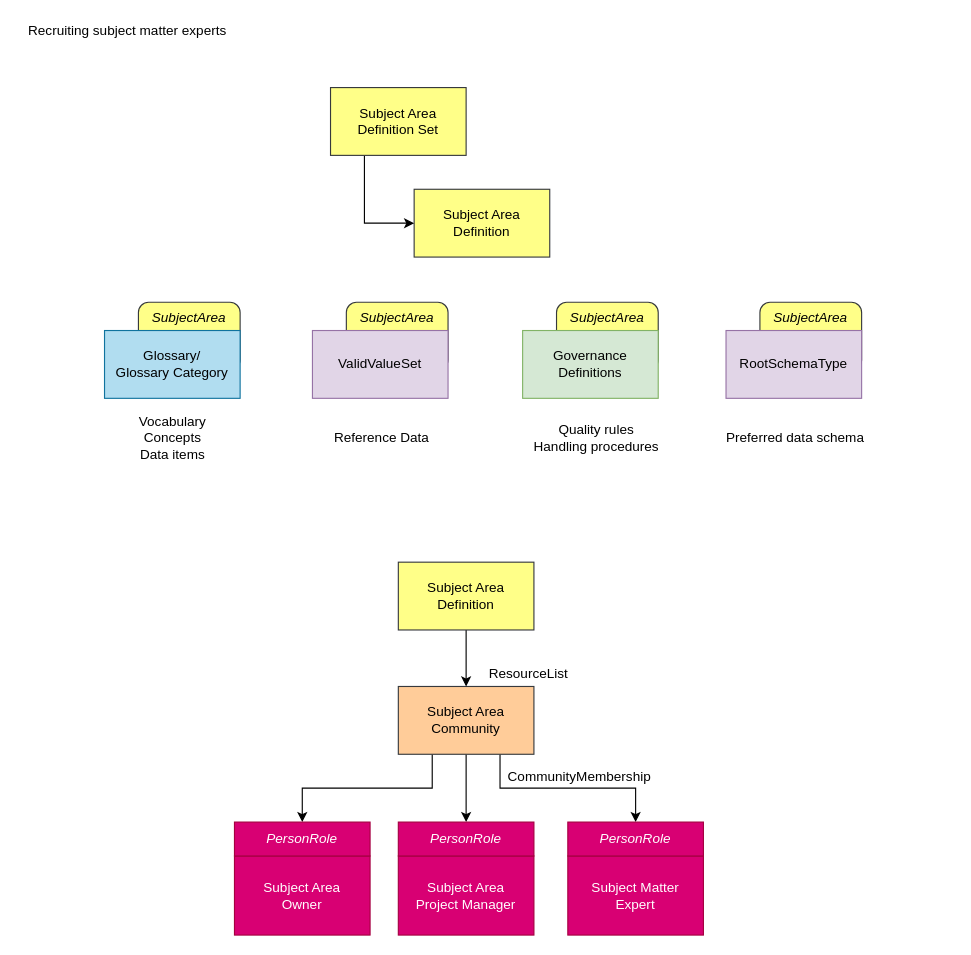
The draw.io diagram page "subject-areas" (4 of 7) of site/docs/guides/planning/governance-program/governance-program-planning.drawio in odpi/egeria-docs, before the edit. Source tidied: cells renumbered, new cells numbered last; positions are measured from the earlier drawing's top-left corner, leaving out a move shared by most shapes. Both pictures are drawn from the tidied source at 113%, with x=0, y=0 at pixel (19, 19).
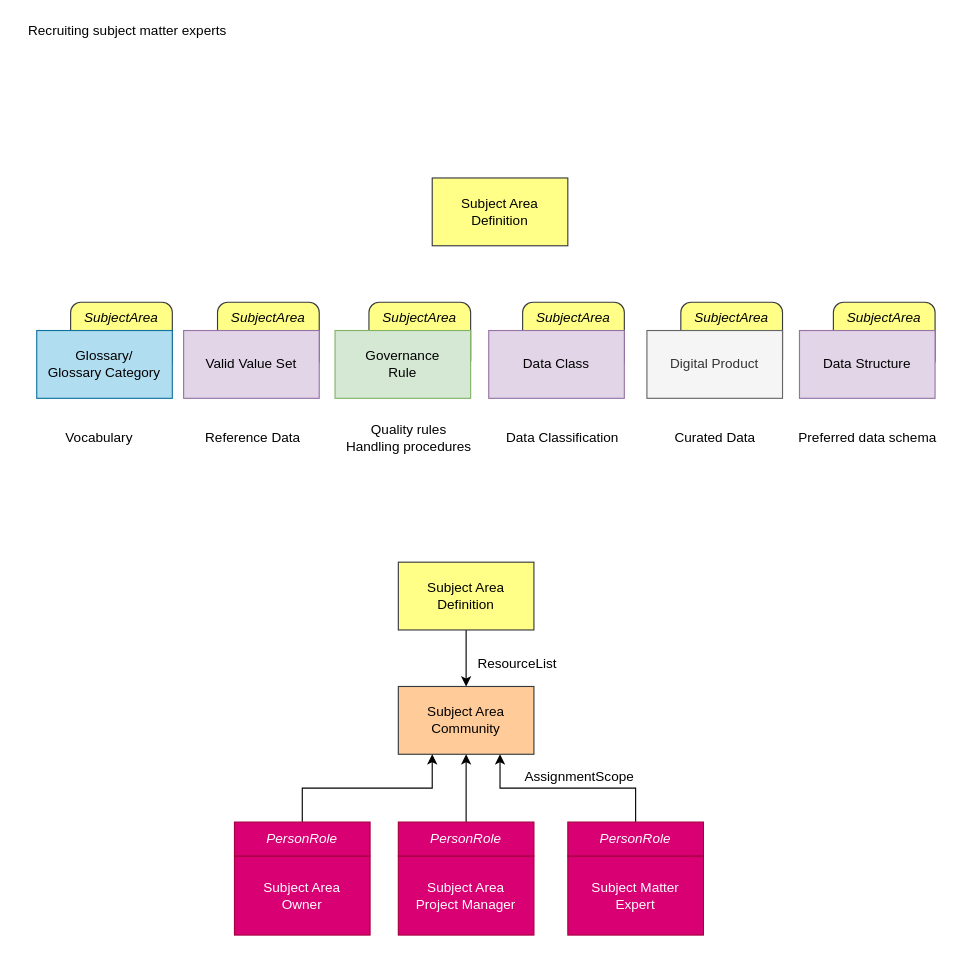
The same page after the edit.

The change refers to these unchanged cells:
```xml
<mxCell id="13" value="Subject Area&lt;br&gt;Community" style="rounded=0;whiteSpace=wrap;html=1;fillColor=#ffcc99;strokeColor=#36393d;" parent="1" vertex="1">
  <mxGeometry x="335" y="590" width="120" height="60" as="geometry" />
</mxCell>
<mxCell id="29" value="PersonRole" style="rounded=0;whiteSpace=wrap;html=1;fontStyle=2;fillColor=#d80073;fontColor=#ffffff;strokeColor=#A50040;" parent="1" vertex="1">
  <mxGeometry x="190" y="710" width="120" height="30" as="geometry" />
</mxCell>
<mxCell id="30" value="PersonRole" style="rounded=0;whiteSpace=wrap;html=1;fontStyle=2;fillColor=#d80073;fontColor=#ffffff;strokeColor=#A50040;" parent="1" vertex="1">
  <mxGeometry x="335" y="710" width="120" height="30" as="geometry" />
</mxCell>
<mxCell id="31" value="PersonRole" style="rounded=0;whiteSpace=wrap;html=1;fontStyle=2;fillColor=#d80073;fontColor=#ffffff;strokeColor=#A50040;" parent="1" vertex="1">
  <mxGeometry x="485" y="710" width="120" height="30" as="geometry" />
</mxCell>
```

The edit, as a diff of the source:
```diff
@@
-    <mxCell id="3" style="edgeStyle=orthogonalEdgeStyle;rounded=0;jettySize=auto;html=1;exitX=0.25;exitY=1;exitDx=0;exitDy=0;startArrow=none;startFill=0;endArrow=classic;endFill=1;entryX=0.5;entryY=0;entryDx=0;entryDy=0;" parent="1" edge="1" source="13" target="29">
-      <mxGeometry relative="1" as="geometry" />
-    </mxCell>
     <mxCell id="4" value="Subject Area&lt;br&gt;Definition" style="rounded=0;whiteSpace=wrap;html=1;align=center;fillColor=#ffff88;strokeColor=#36393d;" parent="1" vertex="1">
-      <mxGeometry x="349" y="150" width="120" height="60" as="geometry" />
+      <mxGeometry x="365" y="140" width="120" height="60" as="geometry" />
     </mxCell>
-    <mxCell id="5" value="Vocabulary&lt;br&gt;Concepts&lt;br&gt;Data items" style="text;html=1;align=center;verticalAlign=middle;" parent="1" vertex="1">
-      <mxGeometry x="100" y="345" width="70" height="50" as="geometry" />
+    <mxCell id="5" value="Vocabulary" style="text;html=1;align=center;verticalAlign=middle;" parent="1" vertex="1">
+      <mxGeometry x="30" y="355" width="80" height="30" as="geometry" />
     </mxCell>
     <mxCell id="6" value="Reference Data" style="text;html=1;align=center;verticalAlign=middle;" parent="1" vertex="1">
-      <mxGeometry x="265" y="355" width="110" height="30" as="geometry" />
+      <mxGeometry x="151" y="355" width="110" height="30" as="geometry" />
     </mxCell>
-    <mxCell id="7" value="Quality rules&lt;br&gt;Handling procedures" style="text;html=1;align=center;verticalAlign=middle;" parent="1" vertex="1">
-      <mxGeometry x="445" y="355" width="130" height="30" as="geometry" />
+    <mxCell id="7" value="Data Classification" style="text;html=1;align=center;verticalAlign=middle;" parent="1" vertex="1">
+      <mxGeometry x="420" y="355" width="120" height="30" as="geometry" />
     </mxCell>
-    <mxCell id="8" style="edgeStyle=orthogonalEdgeStyle;rounded=0;jettySize=auto;html=1;exitX=0.25;exitY=1;exitDx=0;exitDy=0;entryX=0;entryY=0.5;entryDx=0;entryDy=0;" parent="1" edge="1" source="9" target="4">
-      <mxGeometry relative="1" as="geometry" />
-    </mxCell>
-    <mxCell id="9" value="Subject Area&lt;br&gt;Definition Set" style="rounded=0;whiteSpace=wrap;html=1;align=center;fillColor=#ffff88;strokeColor=#36393d;" parent="1" vertex="1">
-      <mxGeometry x="275" y="60" width="120" height="60" as="geometry" />
-    </mxCell>
@@
-    <mxCell id="11" style="edgeStyle=orthogonalEdgeStyle;rounded=0;jettySize=auto;html=1;exitX=0.75;exitY=1;exitDx=0;exitDy=0;startArrow=none;startFill=0;endArrow=classic;endFill=1;entryX=0.5;entryY=0;entryDx=0;entryDy=0;" parent="1" edge="1" source="13" target="31">
-      <mxGeometry relative="1" as="geometry" />
-    </mxCell>
-    <mxCell id="12" style="edgeStyle=orthogonalEdgeStyle;rounded=0;jettySize=auto;html=1;exitX=0.5;exitY=1;exitDx=0;exitDy=0;startArrow=none;startFill=0;endArrow=classic;endFill=1;entryX=0.5;entryY=0;entryDx=0;entryDy=0;" parent="1" edge="1" source="13" target="30">
-      <mxGeometry relative="1" as="geometry" />
-    </mxCell>
@@
     <mxCell id="18" value="ResourceList" style="text;html=1;align=center;verticalAlign=middle;strokeColor=none;fillColor=none;" parent="1" vertex="1">
-      <mxGeometry x="405" y="569" width="90" height="20" as="geometry" />
+      <mxGeometry x="395" y="560" width="90" height="20" as="geometry" />
     </mxCell>
     <mxCell id="19" value="SubjectArea" style="rounded=1;whiteSpace=wrap;html=1;fontStyle=2;fillColor=#ffff88;strokeColor=#36393d;verticalAlign=top;" parent="1" vertex="1">
-      <mxGeometry x="105" y="250" width="90" height="60" as="geometry" />
+      <mxGeometry x="45" y="250" width="90" height="60" as="geometry" />
     </mxCell>
     <mxCell id="20" value="SubjectArea" style="rounded=1;whiteSpace=wrap;html=1;fontStyle=2;fillColor=#ffff88;strokeColor=#36393d;verticalAlign=top;" parent="1" vertex="1">
-      <mxGeometry x="289" y="250" width="90" height="60" as="geometry" />
+      <mxGeometry x="175" y="250" width="90" height="60" as="geometry" />
     </mxCell>
     <mxCell id="21" value="SubjectArea" style="rounded=1;whiteSpace=wrap;html=1;fontStyle=2;fillColor=#ffff88;strokeColor=#36393d;verticalAlign=top;" parent="1" vertex="1">
-      <mxGeometry x="475" y="250" width="90" height="60" as="geometry" />
+      <mxGeometry x="585" y="250" width="90" height="60" as="geometry" />
     </mxCell>
     <mxCell id="22" value="Glossary/&lt;br&gt;Glossary Category" style="rounded=0;whiteSpace=wrap;html=1;align=center;fillColor=#b1ddf0;strokeColor=#10739e;" parent="1" vertex="1">
-      <mxGeometry x="75" y="275" width="120" height="60" as="geometry" />
+      <mxGeometry x="15" y="275" width="120" height="60" as="geometry" />
     </mxCell>
-    <mxCell id="23" value="ValidValueSet" style="rounded=0;whiteSpace=wrap;html=1;align=center;fillColor=#e1d5e7;strokeColor=#9673a6;" parent="1" vertex="1">
-      <mxGeometry x="259" y="275" width="120" height="60" as="geometry" />
+    <mxCell id="23" value="Valid Value Set" style="rounded=0;whiteSpace=wrap;html=1;align=center;fillColor=#e1d5e7;strokeColor=#9673a6;" parent="1" vertex="1">
+      <mxGeometry x="145" y="275" width="120" height="60" as="geometry" />
     </mxCell>
-    <mxCell id="24" value="Governance Definitions" style="rounded=0;whiteSpace=wrap;html=1;align=center;fillColor=#d5e8d4;strokeColor=#82b366;" parent="1" vertex="1">
-      <mxGeometry x="445" y="275" width="120" height="60" as="geometry" />
+    <mxCell id="24" value="Digital Product" style="rounded=0;whiteSpace=wrap;html=1;align=center;fillColor=#f5f5f5;strokeColor=#666666;fontColor=#333333;" parent="1" vertex="1">
+      <mxGeometry x="555" y="275" width="120" height="60" as="geometry" />
     </mxCell>
     <mxCell id="25" value="Preferred data schema" style="text;html=1;align=center;verticalAlign=middle;" parent="1" vertex="1">
-      <mxGeometry x="611" y="355" width="150" height="30" as="geometry" />
+      <mxGeometry x="675" y="355" width="150" height="30" as="geometry" />
     </mxCell>
-    <mxCell id="26" value="SubjectArea" style="rounded=1;whiteSpace=wrap;html=1;fontStyle=2;fillColor=#ffff88;strokeColor=#36393d;verticalAlign=top;" parent="1" vertex="1">
-      <mxGeometry x="655" y="250" width="90" height="60" as="geometry" />
-    </mxCell>
-    <mxCell id="27" value="RootSchemaType" style="rounded=0;whiteSpace=wrap;html=1;align=center;fillColor=#e1d5e7;strokeColor=#9673a6;" parent="1" vertex="1">
-      <mxGeometry x="625" y="275" width="120" height="60" as="geometry" />
-    </mxCell>
-    <mxCell id="28" value="CommunityMembership" style="text;html=1;align=center;verticalAlign=middle;strokeColor=none;fillColor=none;" parent="1" vertex="1">
-      <mxGeometry x="420" y="655" width="150" height="30" as="geometry" />
+    <mxCell id="28" value="AssignmentScope" style="text;html=1;align=center;verticalAlign=middle;strokeColor=none;fillColor=none;" parent="1" vertex="1">
+      <mxGeometry x="435" y="655" width="120" height="30" as="geometry" />
     </mxCell>
+    <mxCell id="32" style="edgeStyle=orthogonalEdgeStyle;rounded=0;jettySize=auto;html=1;exitX=0.5;exitY=0;exitDx=0;exitDy=0;entryX=0.25;entryY=1;entryDx=0;entryDy=0;" parent="1" edge="1" source="29" target="13">
+      <mxGeometry relative="1" as="geometry" />
+    </mxCell>
@@
+    <mxCell id="33" style="edgeStyle=orthogonalEdgeStyle;rounded=0;jettySize=auto;html=1;exitX=0.5;exitY=0;exitDx=0;exitDy=0;" parent="1" edge="1" source="30" target="13">
+      <mxGeometry relative="1" as="geometry" />
+    </mxCell>
@@
+    <mxCell id="34" style="edgeStyle=orthogonalEdgeStyle;rounded=0;jettySize=auto;html=1;exitX=0.5;exitY=0;exitDx=0;exitDy=0;entryX=0.75;entryY=1;entryDx=0;entryDy=0;" parent="1" edge="1" source="31" target="13">
+      <mxGeometry relative="1" as="geometry" />
+    </mxCell>
@@
+    <mxCell id="35" value="Curated Data" style="text;html=1;align=center;verticalAlign=middle;" parent="1" vertex="1">
+      <mxGeometry x="570" y="355" width="90" height="30" as="geometry" />
+    </mxCell>
+    <mxCell id="36" value="SubjectArea" style="rounded=1;whiteSpace=wrap;html=1;fontStyle=2;fillColor=#ffff88;strokeColor=#36393d;verticalAlign=top;" parent="1" vertex="1">
+      <mxGeometry x="445" y="250" width="90" height="60" as="geometry" />
+    </mxCell>
+    <mxCell id="37" value="Data Class" style="rounded=0;whiteSpace=wrap;html=1;align=center;fillColor=#e1d5e7;strokeColor=#9673a6;" parent="1" vertex="1">
+      <mxGeometry x="415" y="275" width="120" height="60" as="geometry" />
+    </mxCell>
+    <mxCell id="38" value="SubjectArea" style="rounded=1;whiteSpace=wrap;html=1;fontStyle=2;fillColor=#ffff88;strokeColor=#36393d;verticalAlign=top;" parent="1" vertex="1">
+      <mxGeometry x="720" y="250" width="90" height="60" as="geometry" />
+    </mxCell>
+    <mxCell id="39" value="Data Structure" style="rounded=0;whiteSpace=wrap;html=1;align=center;fillColor=#e1d5e7;strokeColor=#9673a6;" parent="1" vertex="1">
+      <mxGeometry x="690" y="275" width="120" height="60" as="geometry" />
+    </mxCell>
+    <mxCell id="40" value="Quality rules&lt;br&gt;Handling procedures" style="text;html=1;align=center;verticalAlign=middle;" parent="1" vertex="1">
+      <mxGeometry x="279" y="355" width="130" height="30" as="geometry" />
+    </mxCell>
+    <mxCell id="41" value="SubjectArea" style="rounded=1;whiteSpace=wrap;html=1;fontStyle=2;fillColor=#ffff88;strokeColor=#36393d;verticalAlign=top;" parent="1" vertex="1">
+      <mxGeometry x="309" y="250" width="90" height="60" as="geometry" />
+    </mxCell>
+    <mxCell id="42" value="Governance&lt;div&gt;Rule&lt;/div&gt;" style="rounded=0;whiteSpace=wrap;html=1;align=center;fillColor=#d5e8d4;strokeColor=#82b366;" parent="1" vertex="1">
+      <mxGeometry x="279" y="275" width="120" height="60" as="geometry" />
+    </mxCell>
```
